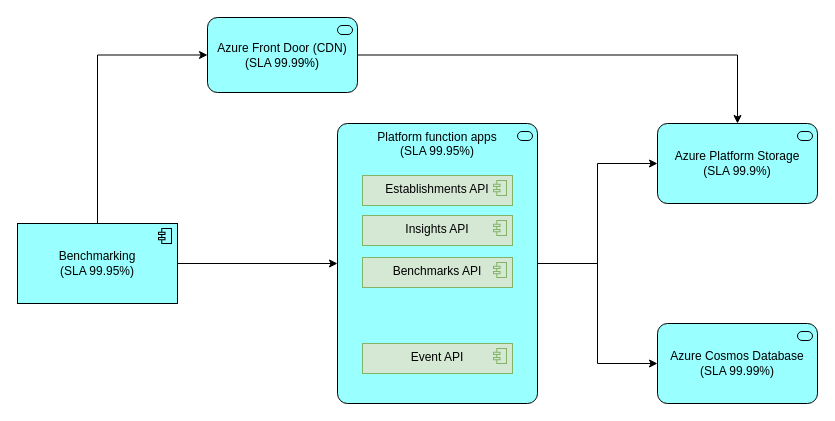
This is page "Interaction Viewpoint" (8 of 21) of documentation/architecture/FBIT-Diagrams.drawio from DFE-Digital/education-benchmarking-and-insights, a draw.io file, before an edit. Source tidied: cells renumbered, new cells numbered last; positions are measured from the earlier drawing's top-left corner, leaving out a move shared by most shapes. Both pictures are drawn from the tidied source at 100%, with x=0, y=0 at pixel (17, 17).
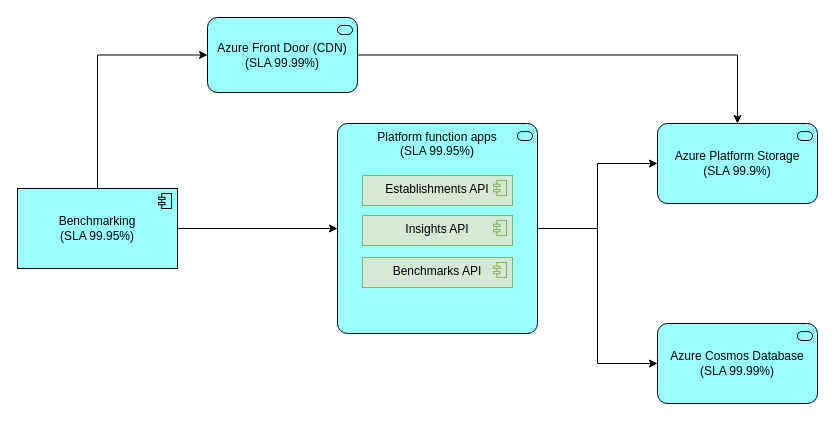
Above is the later version.

Change to the diagram source:
```diff
@@
 <mxGraphModel>
   <root>
     <mxCell id="0" />
     <mxCell id="1" parent="0" />
     <mxCell id="2" style="edgeStyle=orthogonalEdgeStyle;rounded=0;jettySize=auto;html=1;exitX=1;exitY=0.5;exitDx=0;exitDy=0;exitPerimeter=0;entryX=0;entryY=0.5;entryDx=0;entryDy=0;entryPerimeter=0;" parent="1" edge="1" source="4" target="12">
       <mxGeometry relative="1" as="geometry" />
     </mxCell>
     <mxCell id="3" style="edgeStyle=orthogonalEdgeStyle;rounded=0;jettySize=auto;html=1;exitX=1;exitY=0.5;exitDx=0;exitDy=0;exitPerimeter=0;entryX=0;entryY=0.5;entryDx=0;entryDy=0;entryPerimeter=0;" parent="1" edge="1" source="4" target="15">
       <mxGeometry relative="1" as="geometry" />
     </mxCell>
     <mxCell id="4" value="Platform function apps&lt;br&gt;(SLA 99.95%)" style="html=1;outlineConnect=0;whiteSpace=wrap;fillColor=#99ffff;shape=mxgraph.archimate3.application;appType=serv;archiType=rounded;verticalAlign=top;" parent="1" vertex="1">
-      <mxGeometry x="320" y="106" width="200" height="280" as="geometry" />
+      <mxGeometry x="320" y="106" width="200" height="210" as="geometry" />
     </mxCell>
     <mxCell id="5" style="edgeStyle=orthogonalEdgeStyle;rounded=0;jettySize=auto;html=1;exitX=1;exitY=0.5;exitDx=0;exitDy=0;exitPerimeter=0;" parent="1" edge="1" source="7" target="4">
       <mxGeometry relative="1" as="geometry" />
     </mxCell>
     <mxCell id="6" style="edgeStyle=orthogonalEdgeStyle;rounded=0;jettySize=auto;html=1;exitX=0.5;exitY=0;exitDx=0;exitDy=0;exitPerimeter=0;entryX=0;entryY=0.5;entryDx=0;entryDy=0;entryPerimeter=0;" parent="1" edge="1" source="7" target="14">
       <mxGeometry relative="1" as="geometry" />
     </mxCell>
     <mxCell id="7" value="Benchmarking&lt;br&gt;(SLA 99.95%)" style="html=1;outlineConnect=0;whiteSpace=wrap;fillColor=#99ffff;shape=mxgraph.archimate3.application;appType=comp;archiType=square;" parent="1" vertex="1">
-      <mxGeometry y="206" width="160" height="80" as="geometry" />
+      <mxGeometry y="171" width="160" height="80" as="geometry" />
     </mxCell>
-    <mxCell id="8" value="Event API" style="html=1;whiteSpace=wrap;fillColor=#d5e8d4;shape=mxgraph.archimate3.application;appType=comp;archiType=square;verticalAlign=top;strokeColor=#82b366;" parent="1" vertex="1">
-      <mxGeometry x="345" y="326" width="150" height="30" as="geometry" />
-    </mxCell>
     <mxCell id="9" value="Establishments API" style="html=1;whiteSpace=wrap;fillColor=#d5e8d4;shape=mxgraph.archimate3.application;appType=comp;archiType=square;verticalAlign=top;strokeColor=#82b366;" parent="1" vertex="1">
       <mxGeometry x="345" y="158" width="150" height="30" as="geometry" />
     </mxCell>
     <mxCell id="10" value="Insights API" style="html=1;whiteSpace=wrap;fillColor=#d5e8d4;shape=mxgraph.archimate3.application;appType=comp;archiType=square;verticalAlign=top;strokeColor=#82b366;" parent="1" vertex="1">
       <mxGeometry x="345" y="198" width="150" height="30" as="geometry" />
     </mxCell>
     <mxCell id="11" value="Benchmarks API" style="html=1;whiteSpace=wrap;fillColor=#d5e8d4;shape=mxgraph.archimate3.application;appType=comp;archiType=square;verticalAlign=top;strokeColor=#82b366;" parent="1" vertex="1">
       <mxGeometry x="345" y="240" width="150" height="30" as="geometry" />
     </mxCell>
     <mxCell id="12" value="Azure Platform Storage&lt;br&gt;(SLA 99.9%)" style="html=1;outlineConnect=0;whiteSpace=wrap;fillColor=#99ffff;shape=mxgraph.archimate3.application;appType=serv;archiType=rounded;" parent="1" vertex="1">
       <mxGeometry x="640" y="106" width="160" height="80" as="geometry" />
     </mxCell>
     <mxCell id="13" style="edgeStyle=orthogonalEdgeStyle;rounded=0;jettySize=auto;html=1;exitX=1;exitY=0.5;exitDx=0;exitDy=0;exitPerimeter=0;entryX=0.5;entryY=0;entryDx=0;entryDy=0;entryPerimeter=0;" parent="1" edge="1" source="14" target="12">
       <mxGeometry relative="1" as="geometry" />
     </mxCell>
     <mxCell id="14" value="Azure Front Door (CDN)&lt;br&gt;(SLA 99.99%)" style="html=1;outlineConnect=0;whiteSpace=wrap;fillColor=#99ffff;shape=mxgraph.archimate3.application;appType=serv;archiType=rounded;" parent="1" vertex="1">
       <mxGeometry x="190" width="150" height="75" as="geometry" />
     </mxCell>
     <mxCell id="15" value="Azure Cosmos Database&lt;br&gt;(SLA 99.99%)" style="html=1;outlineConnect=0;whiteSpace=wrap;fillColor=#99ffff;shape=mxgraph.archimate3.application;appType=serv;archiType=rounded;" parent="1" vertex="1">
       <mxGeometry x="640" y="306" width="160" height="80" as="geometry" />
     </mxCell>
   </root>
 </mxGraphModel>
```
